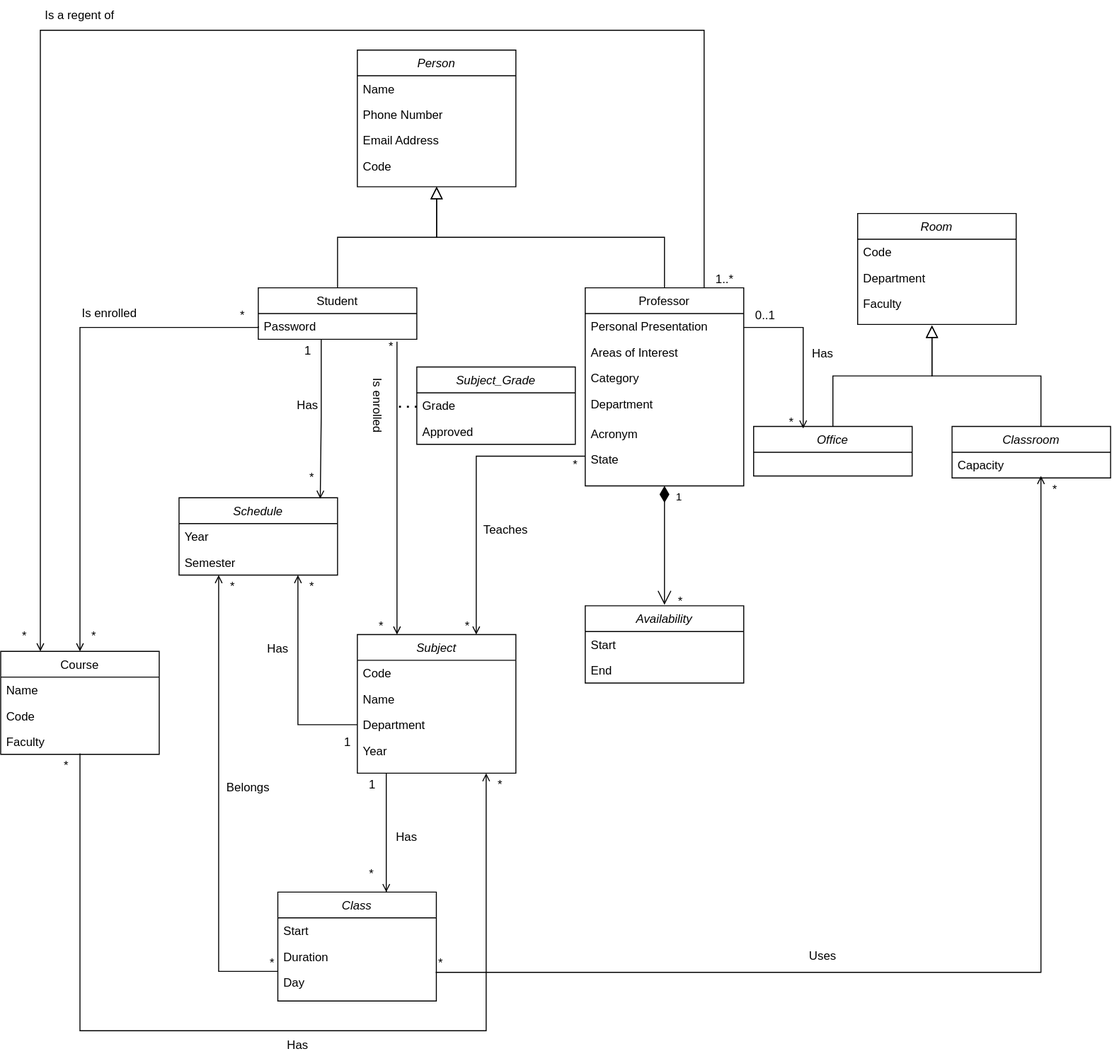
Above: docs/diagrams/SigarraIO_UML.svg in LEIC-ES-2021-22/2LEIC15T1 (draw.io), before the change. Source tidied: cells renumbered, new cells last; positions are measured from the earlier drawing's top-left corner, leaving out a move shared by most shapes.
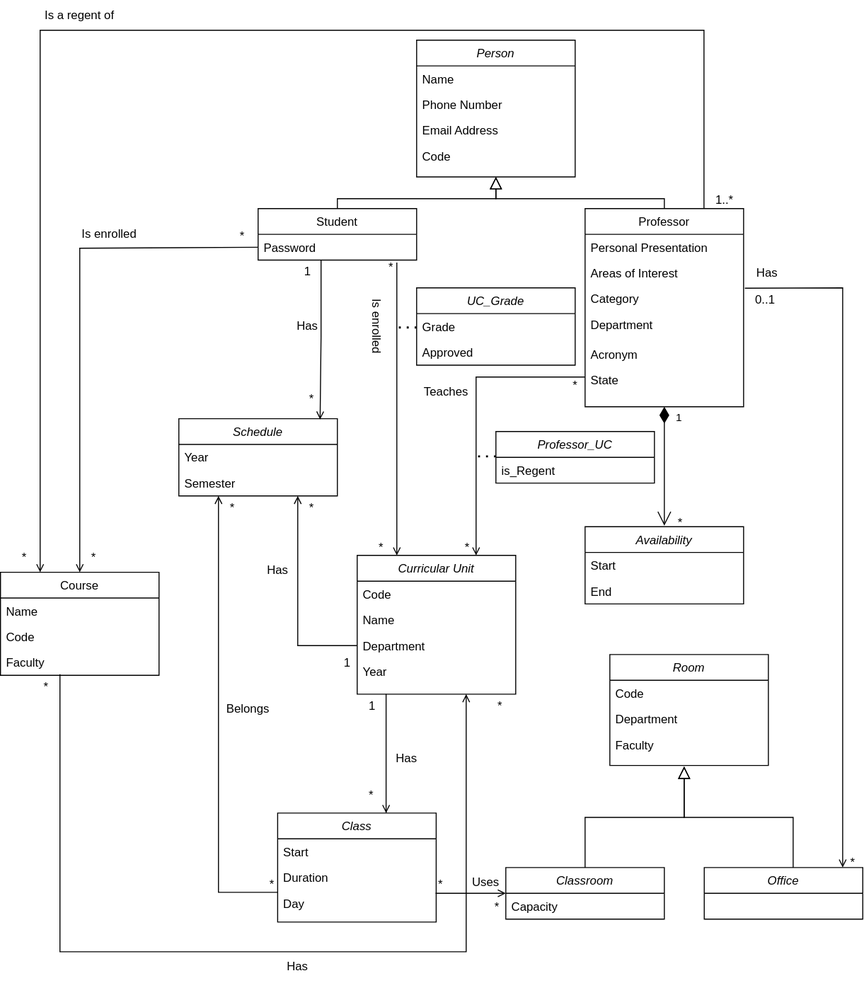
After the commit.

What changed in the source:
```diff
@@ -3,7 +3,7 @@
     <mxCell id="0" />
     <mxCell id="1" parent="0" />
     <mxCell id="2" value="Person" style="swimlane;fontStyle=2;align=center;verticalAlign=top;horizontal=1;startSize=26;rounded=0;shadow=0;strokeWidth=1;" parent="1" vertex="1">
-      <mxGeometry x="410" y="50" width="160" height="138" as="geometry" />
+      <mxGeometry x="470" y="120" width="160" height="138" as="geometry" />
     </mxCell>
     <mxCell id="3" value="Name" style="text;align=left;verticalAlign=top;spacingLeft=4;spacingRight=4;overflow=hidden;" parent="2" vertex="1">
       <mxGeometry y="26" width="160" height="26" as="geometry" />
@@ -24,7 +24,11 @@
       <mxGeometry y="26" width="160" height="26" as="geometry" />
     </mxCell>
     <mxCell id="9" style="endArrow=block;endSize=10;endFill=0;shadow=0;strokeWidth=1;rounded=0;edgeStyle=elbowEdgeStyle;elbow=vertical;" parent="1" edge="1" source="7" target="2">
-      <mxGeometry relative="1" as="geometry" />
+      <mxGeometry relative="1" as="geometry">
+        <Array as="points">
+          <mxPoint x="550" y="280" />
+        </Array>
+      </mxGeometry>
     </mxCell>
     <mxCell id="10" value="Professor" style="swimlane;fontStyle=0;align=center;verticalAlign=top;horizontal=1;startSize=26;rounded=0;shadow=0;strokeWidth=1;" parent="1" vertex="1">
       <mxGeometry x="640" y="290" width="160" height="200" as="geometry" />
@@ -48,9 +52,13 @@
       <mxGeometry y="160" width="160" height="26" as="geometry" />
     </mxCell>
     <mxCell id="17" style="endArrow=block;endSize=10;endFill=0;shadow=0;strokeWidth=1;rounded=0;edgeStyle=elbowEdgeStyle;elbow=vertical;" parent="1" edge="1" source="10" target="2">
-      <mxGeometry relative="1" as="geometry" />
+      <mxGeometry relative="1" as="geometry">
+        <Array as="points">
+          <mxPoint x="550" y="280" />
+        </Array>
+      </mxGeometry>
     </mxCell>
-    <mxCell id="18" value="Subject&#10;&#10;" style="swimlane;fontStyle=2;align=center;verticalAlign=top;horizontal=1;startSize=26;rounded=0;shadow=0;strokeWidth=1;" parent="1" vertex="1">
+    <mxCell id="18" value="Curricular Unit&#10;" style="swimlane;fontStyle=2;align=center;verticalAlign=top;horizontal=1;startSize=26;rounded=0;shadow=0;strokeWidth=1;" parent="1" vertex="1">
       <mxGeometry x="410" y="640" width="160" height="140" as="geometry" />
     </mxCell>
     <mxCell id="19" value="Code" style="text;align=left;verticalAlign=top;spacingLeft=4;spacingRight=4;overflow=hidden;" parent="18" vertex="1">
@@ -86,24 +94,17 @@
     <mxCell id="26" style="align=left;verticalAlign=bottom;labelBackgroundColor=none;fontSize=12;" parent="1" vertex="1">
       <mxGeometry x="730" y="570" as="geometry" />
     </mxCell>
-    <mxCell id="27" value="Office&#10;" style="swimlane;fontStyle=2;align=center;verticalAlign=top;horizontal=1;startSize=26;rounded=0;shadow=0;strokeWidth=1;" parent="1" vertex="1">
-      <mxGeometry x="810" y="430" width="160" height="50" as="geometry" />
+    <mxCell id="27" value="Classroom" style="swimlane;fontStyle=2;align=center;verticalAlign=top;horizontal=1;startSize=26;rounded=0;shadow=0;strokeWidth=1;" parent="1" vertex="1">
+      <mxGeometry x="560" y="955" width="160" height="52" as="geometry" />
     </mxCell>
-    <mxCell id="28" style="endArrow=open;shadow=0;strokeWidth=1;rounded=0;endFill=1;edgeStyle=elbowEdgeStyle;elbow=vertical;entryX=0;entryY=0.923;entryDx=0;entryDy=0;entryPerimeter=0;" parent="27" edge="1">
-      <mxGeometry x="0.5" y="41" relative="1" as="geometry">
-        <mxPoint x="-10" y="-100" as="sourcePoint" />
-        <mxPoint x="50" y="2" as="targetPoint" />
-        <Array as="points">
-          <mxPoint x="50" y="-100" />
-        </Array>
-        <mxPoint x="-40" y="32" as="offset" />
-      </mxGeometry>
-    </mxCell>
+    <mxCell id="36" value="Capacity" style="text;align=left;verticalAlign=top;spacingLeft=4;spacingRight=4;overflow=hidden;" parent="27" vertex="1">
+      <mxGeometry y="26" width="160" height="26" as="geometry" />
+    </mxCell>
     <mxCell id="29" value="0..1" style="align=left;verticalAlign=bottom;labelBackgroundColor=none;fontSize=12;" parent="1" vertex="1">
-      <mxGeometry x="810" y="326" as="geometry" />
+      <mxGeometry x="810" y="390" as="geometry" />
     </mxCell>
     <mxCell id="30" value="*" style="align=left;verticalAlign=bottom;labelBackgroundColor=none;fontSize=12;" parent="1" vertex="1">
-      <mxGeometry x="1110" y="502" as="geometry" />
+      <mxGeometry x="906" y="958" as="geometry" />
     </mxCell>
     <mxCell id="31" style="align=left;verticalAlign=bottom;labelBackgroundColor=none;fontSize=12;" parent="1" vertex="1">
       <mxGeometry x="540" y="820" as="geometry" />
@@ -117,29 +118,26 @@
     <mxCell id="34" value="End" style="text;align=left;verticalAlign=top;spacingLeft=4;spacingRight=4;overflow=hidden;" parent="32" vertex="1">
       <mxGeometry y="52" width="160" height="26" as="geometry" />
     </mxCell>
-    <mxCell id="35" value="Classroom&#10;&#10;" style="swimlane;fontStyle=2;align=center;verticalAlign=top;horizontal=1;startSize=26;rounded=0;shadow=0;strokeWidth=1;" parent="1" vertex="1">
-      <mxGeometry x="1010.3" y="430" width="160" height="52" as="geometry" />
+    <mxCell id="35" value="Office&#10;" style="swimlane;fontStyle=2;align=center;verticalAlign=top;horizontal=1;startSize=26;rounded=0;shadow=0;strokeWidth=1;" parent="1" vertex="1">
+      <mxGeometry x="760.3" y="955" width="160" height="52" as="geometry" />
     </mxCell>
-    <mxCell id="36" value="Capacity" style="text;align=left;verticalAlign=top;spacingLeft=4;spacingRight=4;overflow=hidden;" parent="35" vertex="1">
-      <mxGeometry y="26" width="160" height="26" as="geometry" />
-    </mxCell>
     <mxCell id="37" style="align=left;verticalAlign=bottom;labelBackgroundColor=none;fontSize=12;" parent="1" vertex="1">
-      <mxGeometry x="1040.3" y="420" as="geometry" />
+      <mxGeometry x="790.3" y="945" as="geometry" />
     </mxCell>
     <mxCell id="38" style="endArrow=block;endSize=10;endFill=0;shadow=0;strokeWidth=1;rounded=0;edgeStyle=elbowEdgeStyle;elbow=vertical;" parent="1" edge="1">
       <mxGeometry relative="1" as="geometry">
-        <mxPoint x="890" y="430" as="sourcePoint" />
-        <mxPoint x="990" y="328" as="targetPoint" />
+        <mxPoint x="640" y="955" as="sourcePoint" />
+        <mxPoint x="740" y="853" as="targetPoint" />
       </mxGeometry>
     </mxCell>
     <mxCell id="39" style="endArrow=block;endSize=10;endFill=0;shadow=0;strokeWidth=1;rounded=0;edgeStyle=elbowEdgeStyle;elbow=vertical;" parent="1" edge="1">
       <mxGeometry relative="1" as="geometry">
-        <mxPoint x="1100" y="430" as="sourcePoint" />
-        <mxPoint x="990" y="328" as="targetPoint" />
+        <mxPoint x="850" y="955" as="sourcePoint" />
+        <mxPoint x="740" y="853" as="targetPoint" />
       </mxGeometry>
     </mxCell>
     <mxCell id="40" value="Room" style="swimlane;fontStyle=2;align=center;verticalAlign=top;horizontal=1;startSize=26;rounded=0;shadow=0;strokeWidth=1;" parent="1" vertex="1">
-      <mxGeometry x="915" y="215" width="160" height="112" as="geometry" />
+      <mxGeometry x="665" y="740" width="160" height="112" as="geometry" />
     </mxCell>
     <mxCell id="41" value="Code    " style="text;align=left;verticalAlign=top;spacingLeft=4;spacingRight=4;overflow=hidden;" parent="40" vertex="1">
       <mxGeometry y="26" width="160" height="26" as="geometry" />
@@ -251,7 +249,7 @@
     <mxCell id="64" value="*" style="align=left;verticalAlign=bottom;labelBackgroundColor=none;fontSize=12;" parent="1" vertex="1">
       <mxGeometry x="360" y="490" as="geometry" />
     </mxCell>
-    <mxCell id="65" value="Subject_Grade" style="swimlane;fontStyle=2;align=center;verticalAlign=top;horizontal=1;startSize=26;rounded=0;shadow=0;strokeWidth=1;glass=0;" parent="1" vertex="1">
+    <mxCell id="65" value="UC_Grade" style="swimlane;fontStyle=2;align=center;verticalAlign=top;horizontal=1;startSize=26;rounded=0;shadow=0;strokeWidth=1;glass=0;" parent="1" vertex="1">
       <mxGeometry x="470" y="370" width="160" height="78" as="geometry" />
     </mxCell>
     <mxCell id="66" value="Grade" style="text;align=left;verticalAlign=top;spacingLeft=4;spacingRight=4;overflow=hidden;" parent="65" vertex="1">
@@ -272,7 +270,7 @@
       </mxGeometry>
     </mxCell>
     <mxCell id="70" value="Uses" style="text;html=1;strokeColor=none;fillColor=none;align=center;verticalAlign=middle;whiteSpace=wrap;rounded=0;" parent="1" vertex="1">
-      <mxGeometry x="850" y="950" width="60" height="30" as="geometry" />
+      <mxGeometry x="510" y="955" width="60" height="30" as="geometry" />
     </mxCell>
     <mxCell id="71" value="Has" style="text;html=1;strokeColor=none;fillColor=none;align=center;verticalAlign=middle;whiteSpace=wrap;rounded=0;" parent="1" vertex="1">
       <mxGeometry x="429.7" y="830" width="60" height="30" as="geometry" />
@@ -308,12 +306,12 @@
     </mxCell>
     <mxCell id="80" style="endArrow=open;shadow=0;strokeWidth=1;rounded=0;endFill=1;edgeStyle=elbowEdgeStyle;elbow=vertical;" parent="1" edge="1">
       <mxGeometry x="0.5" y="41" relative="1" as="geometry">
-        <mxPoint x="130" y="760" as="sourcePoint" />
-        <mxPoint x="540" y="780" as="targetPoint" />
+        <mxPoint x="110" y="760" as="sourcePoint" />
+        <mxPoint x="520" y="780" as="targetPoint" />
         <Array as="points">
-          <mxPoint x="390" y="1040" />
-          <mxPoint x="210" y="1081" />
-          <mxPoint x="210" y="1121" />
+          <mxPoint x="370" y="1040" />
+          <mxPoint x="190" y="1081" />
+          <mxPoint x="190" y="1121" />
         </Array>
         <mxPoint x="-40" y="32" as="offset" />
       </mxGeometry>
@@ -329,6 +327,7 @@
     <mxCell id="83" style="endArrow=open;shadow=0;strokeWidth=1;rounded=0;endFill=1;edgeStyle=elbowEdgeStyle;elbow=vertical;entryX=0.25;entryY=0;entryDx=0;entryDy=0;exitX=0.75;exitY=0;exitDx=0;exitDy=0;" parent="1" edge="1" source="10" target="47">
       <mxGeometry x="0.5" y="41" relative="1" as="geometry">
         <Array as="points">
+          <mxPoint x="400" y="110" />
           <mxPoint x="420" y="30" />
           <mxPoint y="10" />
           <mxPoint x="200" y="30" />
@@ -353,13 +352,13 @@
       <mxGeometry x="320" y="1040" width="60" height="30" as="geometry" />
     </mxCell>
     <mxCell id="89" value="Is a regent of" style="text;html=1;strokeColor=none;fillColor=none;align=center;verticalAlign=middle;whiteSpace=wrap;rounded=0;rotation=0;" parent="1" vertex="1">
-      <mxGeometry x="90" width="80" height="30" as="geometry" />
+      <mxGeometry x="90" y="80" width="80" height="30" as="geometry" />
     </mxCell>
     <mxCell id="90" value="Has" style="text;html=1;strokeColor=none;fillColor=none;align=center;verticalAlign=middle;whiteSpace=wrap;rounded=0;" parent="1" vertex="1">
-      <mxGeometry x="850" y="342" width="60" height="30" as="geometry" />
+      <mxGeometry x="794" y="340" width="60" height="30" as="geometry" />
     </mxCell>
     <mxCell id="91" value="Teaches" style="text;html=1;strokeColor=none;fillColor=none;align=center;verticalAlign=middle;whiteSpace=wrap;rounded=0;" parent="1" vertex="1">
-      <mxGeometry x="530" y="520" width="60" height="30" as="geometry" />
+      <mxGeometry x="470" y="460" width="60" height="30" as="geometry" />
     </mxCell>
     <mxCell id="92" value="1" style="endArrow=open;html=1;endSize=12;startArrow=diamondThin;startSize=14;startFill=1;edgeStyle=orthogonalEdgeStyle;align=left;verticalAlign=bottom;rounded=0;exitX=0.5;exitY=1;exitDx=0;exitDy=0;" parent="1" edge="1" source="10">
       <mxGeometry x="-0.67" y="10" relative="1" as="geometry">
@@ -371,7 +370,7 @@
     </mxCell>
     <mxCell id="93" style="endArrow=open;shadow=0;strokeWidth=1;rounded=0;endFill=1;edgeStyle=elbowEdgeStyle;elbow=vertical;exitX=0.996;exitY=0.115;exitDx=0;exitDy=0;exitPerimeter=0;" parent="1" edge="1" source="59">
       <mxGeometry x="0.5" y="41" relative="1" as="geometry">
-        <mxPoint x="1100" y="480" as="targetPoint" />
+        <mxPoint x="560" y="981" as="targetPoint" />
         <Array as="points">
           <mxPoint x="780" y="981" />
           <mxPoint x="1210.3" y="980" />
@@ -385,7 +384,7 @@
       </mxGeometry>
     </mxCell>
     <mxCell id="95" value="*" style="align=left;verticalAlign=bottom;labelBackgroundColor=none;fontSize=12;" parent="1" vertex="1">
-      <mxGeometry x="844" y="434" as="geometry" />
+      <mxGeometry x="547" y="1003" as="geometry" />
     </mxCell>
     <mxCell id="96" style="endArrow=open;html=1;rounded=0;entryX=0.75;entryY=1;entryDx=0;entryDy=0;exitX=0;exitY=0.5;exitDx=0;exitDy=0;endFill=0;" parent="1" edge="1" source="21" target="75">
       <mxGeometry relative="1" as="geometry">
@@ -405,5 +404,31 @@
     <mxCell id="99" value="Has" style="text;html=1;strokeColor=none;fillColor=none;align=center;verticalAlign=middle;whiteSpace=wrap;rounded=0;rotation=0;" parent="1" vertex="1">
       <mxGeometry x="300" y="640" width="60" height="30" as="geometry" />
     </mxCell>
+    <mxCell id="100" value="Professor_UC" style="swimlane;fontStyle=2;align=center;verticalAlign=top;horizontal=1;startSize=26;rounded=0;shadow=0;strokeWidth=1;glass=0;" parent="1" vertex="1">
+      <mxGeometry x="550" y="515" width="160" height="52" as="geometry" />
+    </mxCell>
+    <mxCell id="101" value="is_Regent" style="text;align=left;verticalAlign=top;spacingLeft=4;spacingRight=4;overflow=hidden;" parent="100" vertex="1">
+      <mxGeometry y="26" width="160" height="26" as="geometry" />
+    </mxCell>
+    <mxCell id="102" style="endArrow=none;dashed=1;html=1;dashPattern=1 3;strokeWidth=2;rounded=0;" parent="1" edge="1">
+      <mxGeometry relative="1" as="geometry">
+        <mxPoint x="550" y="540" as="sourcePoint" />
+        <mxPoint x="530" y="540" as="targetPoint" />
+      </mxGeometry>
+    </mxCell>
+    <mxCell id="28" style="endArrow=open;shadow=0;strokeWidth=1;rounded=0;endFill=1;edgeStyle=elbowEdgeStyle;elbow=vertical;exitX=1.008;exitY=0.09;exitDx=0;exitDy=0;exitPerimeter=0;" parent="1" edge="1" source="13" target="35">
+      <mxGeometry x="0.5" y="41" relative="1" as="geometry">
+        <Array as="points">
+          <mxPoint x="900" y="370" />
+          <mxPoint x="860" y="370" />
+          <mxPoint x="860" y="420" />
+          <mxPoint x="860" y="560" />
+          <mxPoint x="860" y="660" />
+          <mxPoint x="900" y="800" />
+          <mxPoint x="600" y="434" />
+        </Array>
+        <mxPoint x="-40" y="32" as="offset" />
+      </mxGeometry>
+    </mxCell>
   </root>
 </mxGraphModel>
```
